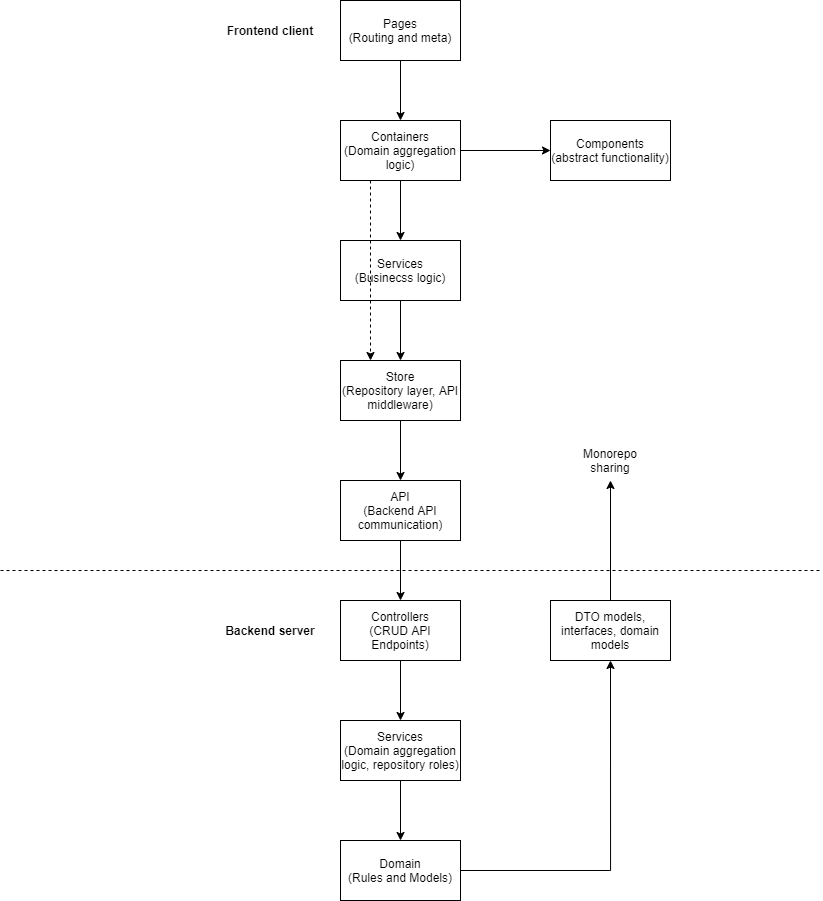
nefayran/tap-university keeps this draw.io diagram as diagrams/Layers.png. Above is the earlier version. Source tidied: cells renumbered, new cells last; positions are measured from the earlier drawing's top-left corner, leaving out a move shared by most shapes.
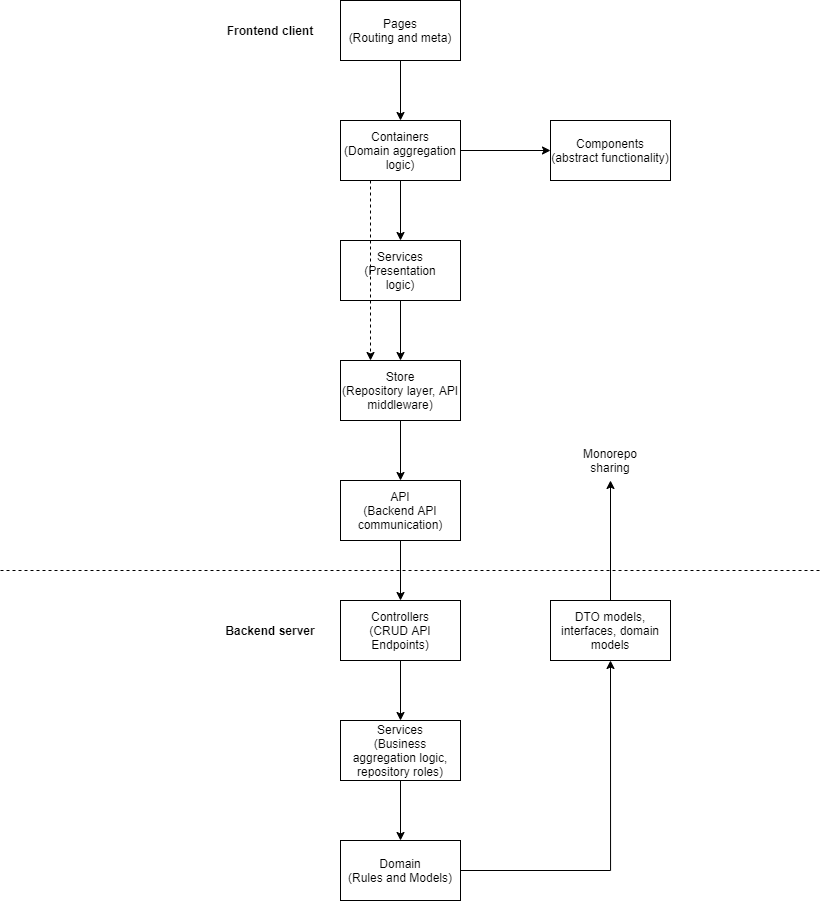
After the change.

The edit, as a diff of the source:
```diff
@@ -23,7 +23,7 @@
     <mxCell id="8" style="edgeStyle=orthogonalEdgeStyle;rounded=0;jettySize=auto;html=1;entryX=0.5;entryY=0;entryDx=0;entryDy=0;" parent="1" edge="1" source="9" target="11">
       <mxGeometry relative="1" as="geometry" />
     </mxCell>
-    <mxCell id="9" value="Services&lt;br&gt;(Businecss logic)" style="rounded=0;whiteSpace=wrap;html=1;" parent="1" vertex="1">
+    <mxCell id="9" value="Services&lt;br&gt;(Presentation&lt;br&gt;logic)" style="rounded=0;whiteSpace=wrap;html=1;" parent="1" vertex="1">
       <mxGeometry x="340" y="240" width="120" height="60" as="geometry" />
     </mxCell>
     <mxCell id="10" style="edgeStyle=orthogonalEdgeStyle;rounded=0;jettySize=auto;html=1;entryX=0.5;entryY=0;entryDx=0;entryDy=0;" parent="1" edge="1" source="11" target="14">
@@ -53,7 +53,7 @@
     <mxCell id="18" style="edgeStyle=orthogonalEdgeStyle;rounded=0;jettySize=auto;html=1;entryX=0.5;entryY=0;entryDx=0;entryDy=0;" parent="1" edge="1" source="19" target="21">
       <mxGeometry relative="1" as="geometry" />
     </mxCell>
-    <mxCell id="19" value="Services&lt;br&gt;(Domain aggregation logic, repository roles)" style="rounded=0;whiteSpace=wrap;html=1;" parent="1" vertex="1">
+    <mxCell id="19" value="Services&lt;br&gt;(Business aggregation logic, repository roles)" style="rounded=0;whiteSpace=wrap;html=1;" parent="1" vertex="1">
       <mxGeometry x="340" y="720" width="120" height="60" as="geometry" />
     </mxCell>
     <mxCell id="20" style="edgeStyle=orthogonalEdgeStyle;rounded=0;jettySize=auto;html=1;entryX=0.5;entryY=1;entryDx=0;entryDy=0;" parent="1" edge="1" source="21" target="25">
```
